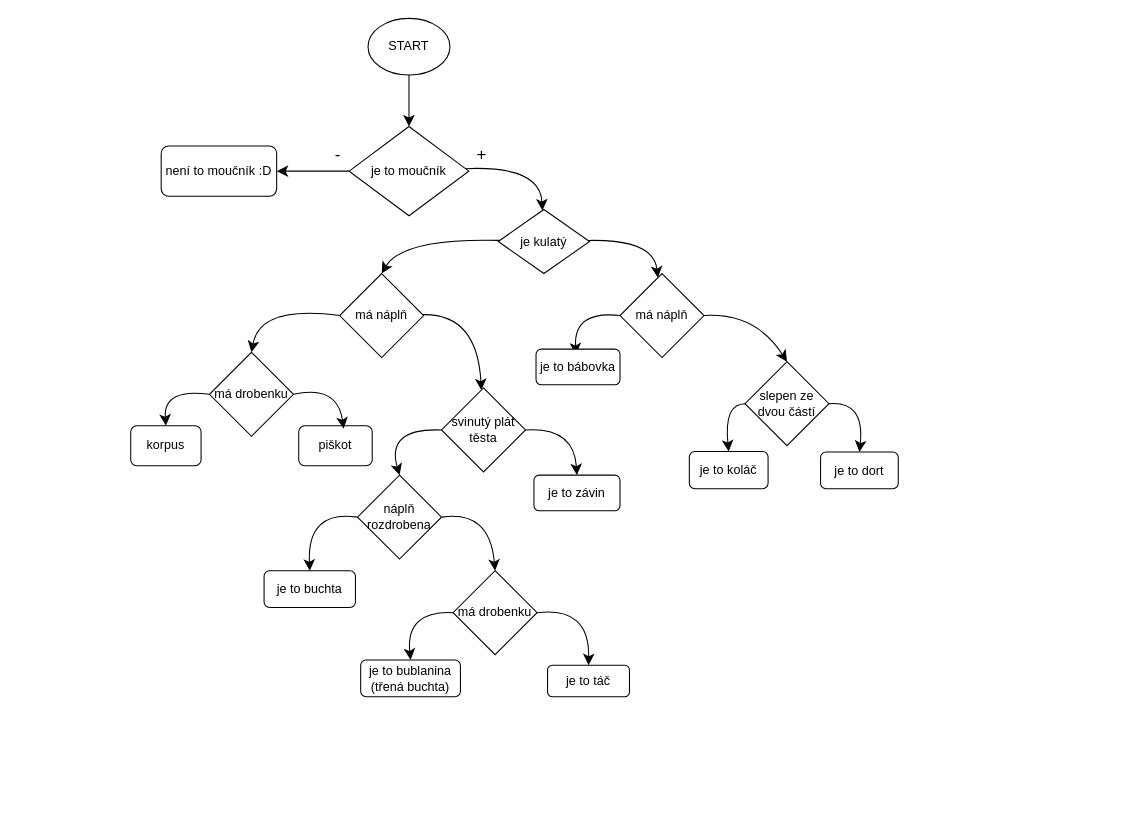
Before: moucnik_diagram.drawio in petra-tovarkova/PI-theory, a draw.io diagram. Source tidied: cells renumbered, new cells numbered last; positions are measured from the earlier drawing's top-left corner, leaving out a move shared by most shapes. Both pictures are drawn from the tidied source at 105%, with x=0, y=0 at pixel (130, 18).
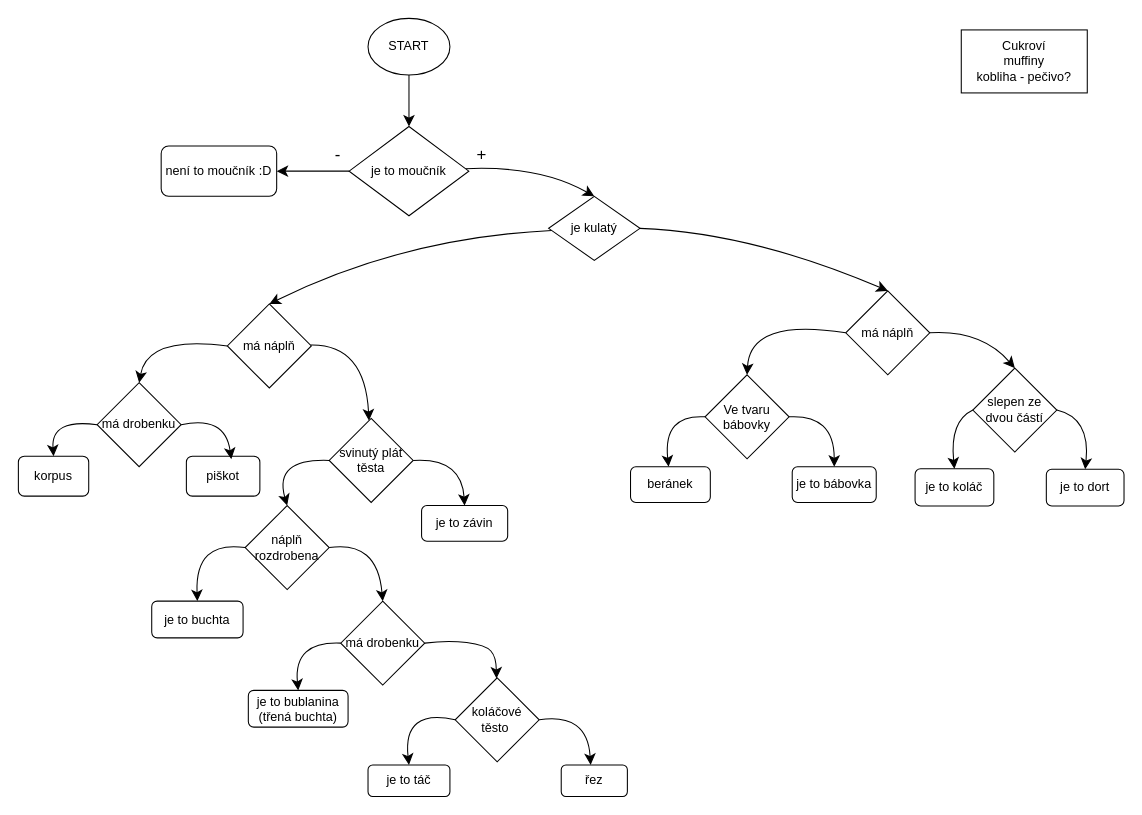
The same page after the edit.

The change refers to these unchanged cells:
```xml
<mxCell id="6" value="je to moučník" style="rhombus;whiteSpace=wrap;html=1;" parent="1" vertex="1">
  <mxGeometry x="208" y="103" width="114" height="85" as="geometry" />
</mxCell>
```

Change to the diagram source:
```diff
@@
-    <mxCell id="4" style="edgeStyle=none;curved=1;rounded=0;jettySize=auto;html=1;fontSize=12;startSize=8;endSize=8;" parent="1" edge="1" source="6" target="9">
+    <mxCell id="4" style="edgeStyle=none;curved=1;rounded=0;jettySize=auto;html=1;fontSize=12;startSize=8;endSize=8;entryX=0.5;entryY=0;entryDx=0;entryDy=0;" parent="1" edge="1" source="6" target="9">
       <mxGeometry relative="1" as="geometry">
         <Array as="points">
           <mxPoint x="390" y="140" />
         </Array>
       </mxGeometry>
     </mxCell>
@@
-    <mxCell id="7" style="edgeStyle=none;curved=1;rounded=0;jettySize=auto;html=1;fontSize=12;startSize=8;endSize=8;" parent="1" edge="1" source="9" target="11">
+    <mxCell id="7" style="edgeStyle=none;curved=1;rounded=0;jettySize=auto;html=1;fontSize=12;startSize=8;endSize=8;entryX=0.5;entryY=0;entryDx=0;entryDy=0;" parent="1" edge="1" target="11">
       <mxGeometry relative="1" as="geometry">
+        <mxPoint x="485" y="200" as="sourcePoint" />
         <Array as="points">
-          <mxPoint x="498" y="210" />
+          <mxPoint x="591" y="204" />
         </Array>
       </mxGeometry>
     </mxCell>
@@
     <mxCell id="9" value="je kulatý" style="rhombus;whiteSpace=wrap;html=1;" parent="1" vertex="1">
-      <mxGeometry x="350" y="182" width="87" height="61" as="geometry" />
+      <mxGeometry x="398" y="169.5" width="87" height="61" as="geometry" />
     </mxCell>
@@
     <mxCell id="11" value="má náplň" style="rhombus;whiteSpace=wrap;html=1;" parent="1" vertex="1">
-      <mxGeometry x="466" y="243" width="80" height="80" as="geometry" />
+      <mxGeometry x="681" y="259.5" width="80" height="80" as="geometry" />
     </mxCell>
     <mxCell id="12" value="je to koláč" style="rounded=1;whiteSpace=wrap;html=1;" parent="1" vertex="1">
-      <mxGeometry x="532" y="412.5" width="75" height="35.5" as="geometry" />
+      <mxGeometry x="747" y="429" width="75" height="35.5" as="geometry" />
     </mxCell>
-    <mxCell id="13" style="endArrow=classic;html=1;rounded=0;fontSize=12;startSize=8;endSize=8;curved=1;exitX=0;exitY=0.5;exitDx=0;exitDy=0;" parent="1" edge="1" source="11">
+    <mxCell id="13" style="endArrow=classic;html=1;rounded=0;fontSize=12;startSize=8;endSize=8;curved=1;exitX=0;exitY=0.5;exitDx=0;exitDy=0;entryX=0.5;entryY=0;entryDx=0;entryDy=0;" parent="1" edge="1" source="11" target="50">
       <mxGeometry relative="1" as="geometry">
-        <mxPoint x="424" y="320" as="targetPoint" />
         <Array as="points">
-          <mxPoint x="422" y="278" />
+          <mxPoint x="590" y="285" />
         </Array>
       </mxGeometry>
     </mxCell>
     <mxCell id="14" value="slepen ze dvou částí" style="rhombus;whiteSpace=wrap;html=1;" parent="1" vertex="1">
-      <mxGeometry x="585" y="327" width="80" height="80" as="geometry" />
+      <mxGeometry x="802" y="333" width="80" height="80" as="geometry" />
     </mxCell>
     <mxCell id="15" style="endArrow=classic;html=1;rounded=0;fontSize=12;startSize=8;endSize=8;curved=1;entryX=0.5;entryY=0;entryDx=0;entryDy=0;exitX=1;exitY=0.5;exitDx=0;exitDy=0;" parent="1" edge="1" source="11" target="14">
       <mxGeometry relative="1" as="geometry">
         <Array as="points">
-          <mxPoint x="595" y="280" />
+          <mxPoint x="810" y="296.5" />
         </Array>
       </mxGeometry>
     </mxCell>
     <mxCell id="16" style="endArrow=classic;html=1;rounded=0;fontSize=12;startSize=8;endSize=8;curved=1;exitX=0;exitY=0.5;exitDx=0;exitDy=0;entryX=0.5;entryY=0;entryDx=0;entryDy=0;" parent="1" edge="1" source="14" target="12">
       <mxGeometry relative="1" as="geometry">
         <Array as="points">
-          <mxPoint x="565" y="367" />
+          <mxPoint x="780" y="383.5" />
         </Array>
       </mxGeometry>
     </mxCell>
     <mxCell id="17" value="je to dort" style="rounded=1;whiteSpace=wrap;html=1;" parent="1" vertex="1">
-      <mxGeometry x="657" y="413" width="74" height="35" as="geometry" />
+      <mxGeometry x="872" y="429.5" width="74" height="35" as="geometry" />
     </mxCell>
     <mxCell id="18" style="endArrow=classic;html=1;rounded=0;fontSize=12;startSize=8;endSize=8;curved=1;exitX=1;exitY=0.5;exitDx=0;exitDy=0;entryX=0.5;entryY=0;entryDx=0;entryDy=0;" parent="1" edge="1" source="14" target="17">
       <mxGeometry relative="1" as="geometry">
         <Array as="points">
-          <mxPoint x="699" y="364" />
+          <mxPoint x="914" y="380.5" />
         </Array>
       </mxGeometry>
     </mxCell>
     <mxCell id="19" value="je to bábovka" style="rounded=1;whiteSpace=wrap;html=1;" parent="1" vertex="1">
-      <mxGeometry x="386" y="315" width="80" height="34" as="geometry" />
+      <mxGeometry x="630" y="427" width="80" height="34" as="geometry" />
     </mxCell>
@@
     <mxCell id="21" style="edgeStyle=none;curved=1;rounded=0;jettySize=auto;html=1;fontSize=12;startSize=8;endSize=8;" parent="1" edge="1" source="23" target="25">
       <mxGeometry relative="1" as="geometry">
         <Array as="points">
-          <mxPoint x="330" y="281" />
+          <mxPoint x="223" y="310" />
         </Array>
       </mxGeometry>
     </mxCell>
     <mxCell id="22" style="edgeStyle=none;curved=1;rounded=0;jettySize=auto;html=1;exitX=0;exitY=0.5;exitDx=0;exitDy=0;entryX=0.5;entryY=0;entryDx=0;entryDy=0;fontSize=12;startSize=8;endSize=8;" parent="1" edge="1" source="23" target="40">
       <mxGeometry relative="1" as="geometry">
         <Array as="points">
-          <mxPoint x="123" y="273" />
+          <mxPoint x="16" y="302" />
         </Array>
       </mxGeometry>
     </mxCell>
     <mxCell id="23" value="má náplň" style="rhombus;whiteSpace=wrap;html=1;" parent="1" vertex="1">
-      <mxGeometry x="199" y="243" width="80" height="80" as="geometry" />
+      <mxGeometry x="92" y="272" width="80" height="80" as="geometry" />
     </mxCell>
     <mxCell id="24" style="edgeStyle=none;curved=1;rounded=0;jettySize=auto;html=1;exitX=0;exitY=0.5;exitDx=0;exitDy=0;entryX=0.5;entryY=0;entryDx=0;entryDy=0;fontSize=12;startSize=8;endSize=8;" parent="1" edge="1" source="25" target="33">
       <mxGeometry relative="1" as="geometry">
         <Array as="points">
-          <mxPoint x="243" y="390" />
+          <mxPoint x="136" y="419" />
         </Array>
       </mxGeometry>
     </mxCell>
     <mxCell id="25" value="svinutý plát těsta" style="rhombus;whiteSpace=wrap;html=1;" parent="1" vertex="1">
-      <mxGeometry x="296" y="352" width="80" height="80" as="geometry" />
+      <mxGeometry x="189" y="381" width="80" height="80" as="geometry" />
     </mxCell>
     <mxCell id="26" value="je to závin" style="rounded=1;whiteSpace=wrap;html=1;" parent="1" vertex="1">
-      <mxGeometry x="384" y="435" width="82" height="34" as="geometry" />
+      <mxGeometry x="277" y="464" width="82" height="34" as="geometry" />
     </mxCell>
     <mxCell id="27" value="je to buchta" style="rounded=1;whiteSpace=wrap;html=1;" parent="1" vertex="1">
-      <mxGeometry x="127" y="526" width="87" height="35" as="geometry" />
+      <mxGeometry x="20" y="555" width="87" height="35" as="geometry" />
     </mxCell>
     <mxCell id="28" style="endArrow=classic;html=1;rounded=0;fontSize=12;startSize=8;endSize=8;curved=1;exitX=1;exitY=0.5;exitDx=0;exitDy=0;entryX=0.5;entryY=0;entryDx=0;entryDy=0;" parent="1" edge="1" source="25" target="26">
       <mxGeometry relative="1" as="geometry">
         <Array as="points">
-          <mxPoint x="422" y="389" />
+          <mxPoint x="315" y="418" />
         </Array>
       </mxGeometry>
     </mxCell>
     <mxCell id="29" value="piškot" style="rounded=1;whiteSpace=wrap;html=1;" parent="1" vertex="1">
-      <mxGeometry x="160" y="388" width="70" height="38" as="geometry" />
+      <mxGeometry x="53" y="417" width="70" height="38" as="geometry" />
     </mxCell>
     <mxCell id="30" value="korpus" style="rounded=1;whiteSpace=wrap;html=1;" parent="1" vertex="1">
-      <mxGeometry y="388" width="67" height="38" as="geometry" />
+      <mxGeometry x="-107" y="417" width="67" height="38" as="geometry" />
     </mxCell>
     <mxCell id="31" style="edgeStyle=none;curved=1;rounded=0;jettySize=auto;html=1;exitX=0;exitY=0.5;exitDx=0;exitDy=0;entryX=0.5;entryY=0;entryDx=0;entryDy=0;fontSize=12;startSize=8;endSize=8;" parent="1" edge="1" source="33" target="27">
       <mxGeometry relative="1" as="geometry">
         <Array as="points">
-          <mxPoint x="168" y="468" />
+          <mxPoint x="61" y="497" />
         </Array>
       </mxGeometry>
     </mxCell>
     <mxCell id="32" style="edgeStyle=none;curved=1;rounded=0;jettySize=auto;html=1;exitX=1;exitY=0.5;exitDx=0;exitDy=0;entryX=0.5;entryY=0;entryDx=0;entryDy=0;fontSize=12;startSize=8;endSize=8;" parent="1" edge="1" source="33" target="35">
       <mxGeometry relative="1" as="geometry">
         <Array as="points">
-          <mxPoint x="342" y="468" />
+          <mxPoint x="235" y="497" />
         </Array>
       </mxGeometry>
     </mxCell>
     <mxCell id="33" value="náplň rozdrobena" style="rhombus;whiteSpace=wrap;html=1;" parent="1" vertex="1">
-      <mxGeometry x="216" y="435" width="80" height="80" as="geometry" />
+      <mxGeometry x="109" y="464" width="80" height="80" as="geometry" />
     </mxCell>
-    <mxCell id="34" style="edgeStyle=none;curved=1;rounded=0;jettySize=auto;html=1;exitX=1;exitY=0.5;exitDx=0;exitDy=0;entryX=0.5;entryY=0;entryDx=0;entryDy=0;fontSize=12;startSize=8;endSize=8;" parent="1" edge="1" source="35" target="36">
-      <mxGeometry relative="1" as="geometry">
-        <Array as="points">
-          <mxPoint x="437" y="560" />
-        </Array>
-      </mxGeometry>
-    </mxCell>
+    <mxCell id="44" style="edgeStyle=none;curved=1;rounded=0;jettySize=auto;html=1;fontSize=12;startSize=8;endSize=8;exitX=1;exitY=0.5;exitDx=0;exitDy=0;" parent="1" edge="1" source="35" target="47">
+      <mxGeometry relative="1" as="geometry">
+        <Array as="points">
+          <mxPoint x="302" y="592" />
+          <mxPoint x="338" y="597" />
+          <mxPoint x="348" y="608" />
+        </Array>
+      </mxGeometry>
+    </mxCell>
     <mxCell id="35" value="má drobenku" style="rhombus;whiteSpace=wrap;html=1;" parent="1" vertex="1">
-      <mxGeometry x="307" y="526" width="80" height="80" as="geometry" />
+      <mxGeometry x="200" y="555" width="80" height="80" as="geometry" />
     </mxCell>
-    <mxCell id="36" value="je to táč" style="rounded=1;whiteSpace=wrap;html=1;" parent="1" vertex="1">
-      <mxGeometry x="397" y="616" width="78" height="30" as="geometry" />
-    </mxCell>
     <mxCell id="37" value="je to bublanina&lt;div&gt;(třená buchta)&lt;/div&gt;" style="rounded=1;whiteSpace=wrap;html=1;" parent="1" vertex="1">
-      <mxGeometry x="219" y="611" width="95" height="35" as="geometry" />
+      <mxGeometry x="112" y="640" width="95" height="35" as="geometry" />
     </mxCell>
     <mxCell id="38" style="endArrow=classic;html=1;rounded=0;fontSize=12;startSize=8;endSize=8;curved=1;exitX=0;exitY=0.5;exitDx=0;exitDy=0;entryX=0.5;entryY=0;entryDx=0;entryDy=0;" parent="1" edge="1" source="35" target="37">
       <mxGeometry relative="1" as="geometry">
         <Array as="points">
-          <mxPoint x="262" y="564" />
+          <mxPoint x="155" y="593" />
         </Array>
       </mxGeometry>
     </mxCell>
     <mxCell id="39" style="edgeStyle=none;curved=1;rounded=0;jettySize=auto;html=1;exitX=0;exitY=0.5;exitDx=0;exitDy=0;entryX=0.5;entryY=0;entryDx=0;entryDy=0;fontSize=12;startSize=8;endSize=8;" parent="1" edge="1" source="40" target="30">
       <mxGeometry relative="1" as="geometry">
         <Array as="points">
-          <mxPoint x="31" y="352" />
+          <mxPoint x="-76" y="381" />
         </Array>
       </mxGeometry>
     </mxCell>
     <mxCell id="40" value="má drobenku" style="rhombus;whiteSpace=wrap;html=1;" parent="1" vertex="1">
-      <mxGeometry x="75" y="318" width="80" height="80" as="geometry" />
+      <mxGeometry x="-32" y="347" width="80" height="80" as="geometry" />
     </mxCell>
     <mxCell id="41" style="edgeStyle=none;curved=1;rounded=0;jettySize=auto;html=1;exitX=1;exitY=0.5;exitDx=0;exitDy=0;entryX=0.611;entryY=0.074;entryDx=0;entryDy=0;entryPerimeter=0;fontSize=12;startSize=8;endSize=8;" parent="1" edge="1" source="40" target="29">
       <mxGeometry relative="1" as="geometry">
         <Array as="points">
-          <mxPoint x="197" y="349" />
+          <mxPoint x="90" y="378" />
         </Array>
       </mxGeometry>
     </mxCell>
@@
+    <mxCell id="45" style="edgeStyle=none;curved=1;rounded=0;jettySize=auto;html=1;fontSize=12;startSize=8;endSize=8;exitX=1;exitY=0.5;exitDx=0;exitDy=0;entryX=0.445;entryY=0;entryDx=0;entryDy=0;entryPerimeter=0;" parent="1" edge="1" source="47" target="48">
+      <mxGeometry relative="1" as="geometry">
+        <Array as="points">
+          <mxPoint x="435" y="661" />
+        </Array>
+      </mxGeometry>
+    </mxCell>
+    <mxCell id="46" style="edgeStyle=none;curved=1;rounded=0;jettySize=auto;html=1;entryX=0.5;entryY=0;entryDx=0;entryDy=0;fontSize=12;startSize=8;endSize=8;exitX=0;exitY=0.5;exitDx=0;exitDy=0;" parent="1" edge="1" source="47" target="36">
+      <mxGeometry relative="1" as="geometry">
+        <Array as="points">
+          <mxPoint x="259" y="657" />
+        </Array>
+      </mxGeometry>
+    </mxCell>
+    <mxCell id="47" value="koláčové těsto&amp;nbsp;" style="rhombus;whiteSpace=wrap;html=1;" parent="1" vertex="1">
+      <mxGeometry x="309" y="628" width="80" height="80" as="geometry" />
+    </mxCell>
+    <mxCell id="48" value="řez" style="rounded=1;whiteSpace=wrap;html=1;" parent="1" vertex="1">
+      <mxGeometry x="410" y="711" width="63" height="30" as="geometry" />
+    </mxCell>
+    <mxCell id="36" value="je to táč" style="rounded=1;whiteSpace=wrap;html=1;" parent="1" vertex="1">
+      <mxGeometry x="226" y="711" width="78" height="30" as="geometry" />
+    </mxCell>
+    <mxCell id="49" style="edgeStyle=none;curved=1;rounded=0;jettySize=auto;html=1;fontSize=12;startSize=8;endSize=8;entryX=0.5;entryY=0;entryDx=0;entryDy=0;exitX=1;exitY=0.5;exitDx=0;exitDy=0;" parent="1" edge="1" source="50" target="19">
+      <mxGeometry relative="1" as="geometry">
+        <Array as="points">
+          <mxPoint x="670" y="377" />
+        </Array>
+      </mxGeometry>
+    </mxCell>
+    <mxCell id="50" value="Ve tvaru bábovky" style="rhombus;whiteSpace=wrap;html=1;" parent="1" vertex="1">
+      <mxGeometry x="547" y="339.5" width="80" height="80" as="geometry" />
+    </mxCell>
+    <mxCell id="51" style="endArrow=classic;html=1;rounded=0;fontSize=12;startSize=8;endSize=8;curved=1;exitX=0;exitY=0.5;exitDx=0;exitDy=0;" parent="1" edge="1" source="50" target="52">
+      <mxGeometry relative="1" as="geometry">
+        <Array as="points">
+          <mxPoint x="507" y="377" />
+        </Array>
+      </mxGeometry>
+    </mxCell>
+    <mxCell id="52" value="beránek" style="rounded=1;whiteSpace=wrap;html=1;" parent="1" vertex="1">
+      <mxGeometry x="476" y="427" width="76" height="34" as="geometry" />
+    </mxCell>
+    <mxCell id="53" value="Cukroví&lt;div&gt;muffiny&lt;/div&gt;&lt;div&gt;kobliha - pečivo?&lt;/div&gt;" style="rounded=0;whiteSpace=wrap;html=1;" parent="1" vertex="1">
+      <mxGeometry x="791" y="11" width="120" height="60" as="geometry" />
+    </mxCell>
```
